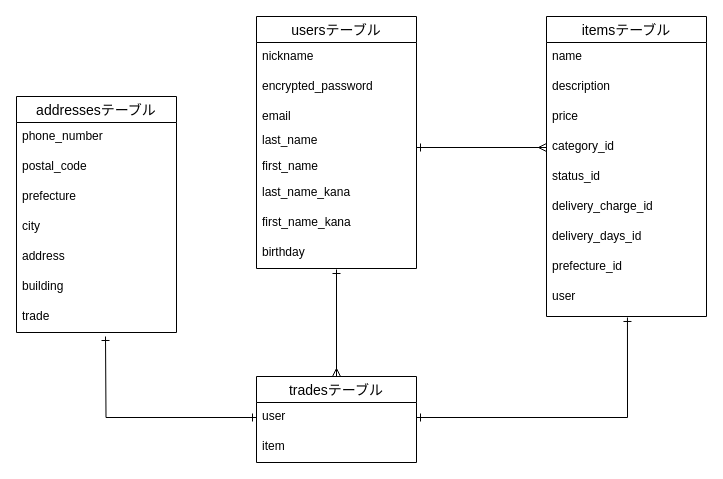
This is ER.dio from Mai-okn/furima-35686, a draw.io file, before an edit. Source tidied: cells renumbered, new cells numbered last; positions are measured from the earlier drawing's top-left corner, leaving out a move shared by most shapes. Both pictures are drawn from the tidied source at 100%, with x=0, y=0 at pixel (16, 16).
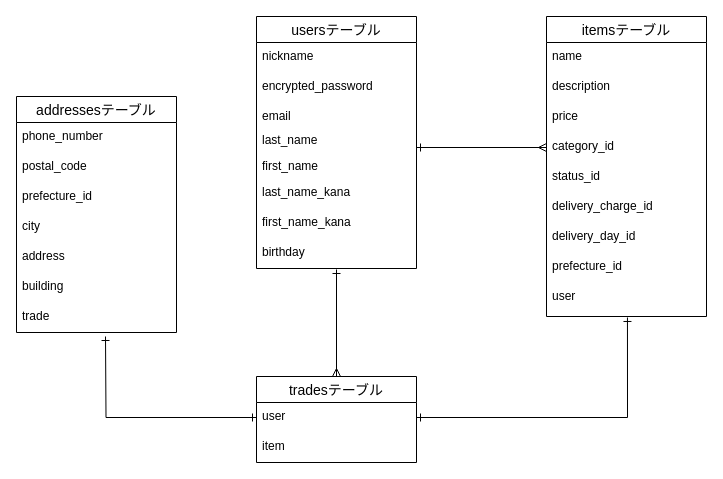
The same page after the edit.

The change refers to these unchanged cells:
```xml
<mxCell id="2" value="itemsテーブル" style="swimlane;fontStyle=0;horizontal=1;startSize=26;align=center;fontSize=14;" parent="1" vertex="1">
  <mxGeometry x="530" width="160" height="300" as="geometry" />
</mxCell>
<mxCell id="26" value="addressesテーブル" style="swimlane;fontStyle=0;horizontal=1;startSize=26;align=center;fontSize=14;html=0;" parent="1" vertex="1">
  <mxGeometry y="80" width="160" height="236" as="geometry" />
</mxCell>
```

What changed in the source:
```diff
@@
-    <mxCell id="9" value="delivery_days_id" style="text;strokeColor=none;fillColor=none;spacingLeft=4;spacingRight=4;overflow=hidden;fontSize=12;" parent="2" vertex="1">
+    <mxCell id="9" value="delivery_day_id" style="text;strokeColor=none;fillColor=none;spacingLeft=4;spacingRight=4;overflow=hidden;fontSize=12;" parent="2" vertex="1">
       <mxGeometry y="206" width="160" height="30" as="geometry" />
     </mxCell>
@@
-    <mxCell id="29" value="prefecture" style="text;strokeColor=none;fillColor=none;spacingLeft=4;spacingRight=4;overflow=hidden;fontSize=12;" parent="26" vertex="1">
+    <mxCell id="29" value="prefecture_id" style="text;strokeColor=none;fillColor=none;spacingLeft=4;spacingRight=4;overflow=hidden;fontSize=12;" parent="26" vertex="1">
       <mxGeometry y="86" width="160" height="30" as="geometry" />
     </mxCell>
```
